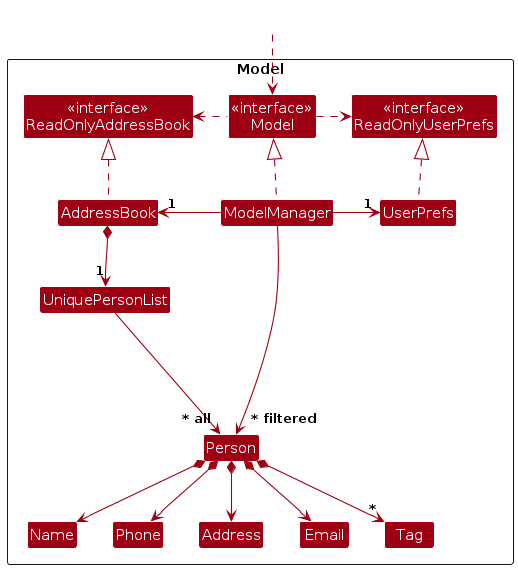
This is diagrams/ModelClassDiagram.png from AY2627S1-CS2103T-T15-2/tp, a PlantUML export, as it was before one commit. Its source is kept beside it as diagrams/ModelClassDiagram.puml. Its diagram source:
```plantuml
@startuml
!include style.puml
skinparam arrowThickness 1.1
skinparam arrowColor MODEL_COLOR
skinparam classBackgroundColor MODEL_COLOR

Package Model as ModelPackage <<Rectangle>>{
Class "<<interface>>\nReadOnlyAddressBook" as ReadOnlyAddressBook
Class "<<interface>>\nReadOnlyUserPrefs" as ReadOnlyUserPrefs
Class "<<interface>>\nModel" as Model
Class AddressBook
Class ModelManager
Class UserPrefs

Class UniquePersonList
Class Person
Class Address
Class Email
Class Name
Class Phone
Class Tag

Class I #FFFFFF
}

Class HiddenOutside #FFFFFF
HiddenOutside ..> Model

AddressBook .up.|> ReadOnlyAddressBook

ModelManager .up.|> Model
Model .right.> ReadOnlyUserPrefs
Model .left.> ReadOnlyAddressBook
ModelManager -left-> "1" AddressBook
ModelManager -right-> "1" UserPrefs
UserPrefs .up.|> ReadOnlyUserPrefs

AddressBook *--> "1" UniquePersonList
UniquePersonList --> "~* all" Person
Person *--> Name
Person *--> Phone
Person *--> Email
Person *--> Address
Person *--> "*" Tag

Person -[hidden]up--> I
UniquePersonList -[hidden]right-> I

Name -[hidden]right-> Phone
Phone -[hidden]right-> Address
Address -[hidden]right-> Email

ModelManager --> "~* filtered" Person
@enduml
```
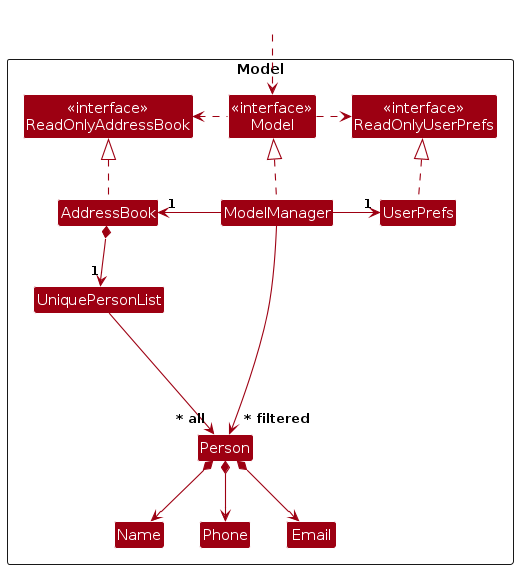
The same diagram one commit later.

Diff of the diagram source:
```diff
@@ -14,11 +14,9 @@
 
 Class UniquePersonList
 Class Person
-Class Address
 Class Email
 Class Name
 Class Phone
-Class Tag
 
 Class I #FFFFFF
 }
@@ -40,15 +38,12 @@
 Person *--> Name
 Person *--> Phone
 Person *--> Email
-Person *--> Address
-Person *--> "*" Tag
 
 Person -[hidden]up--> I
 UniquePersonList -[hidden]right-> I
 
 Name -[hidden]right-> Phone
-Phone -[hidden]right-> Address
-Address -[hidden]right-> Email
+Phone -[hidden]right-> Email
 
 ModelManager --> "~* filtered" Person
 @enduml
```
